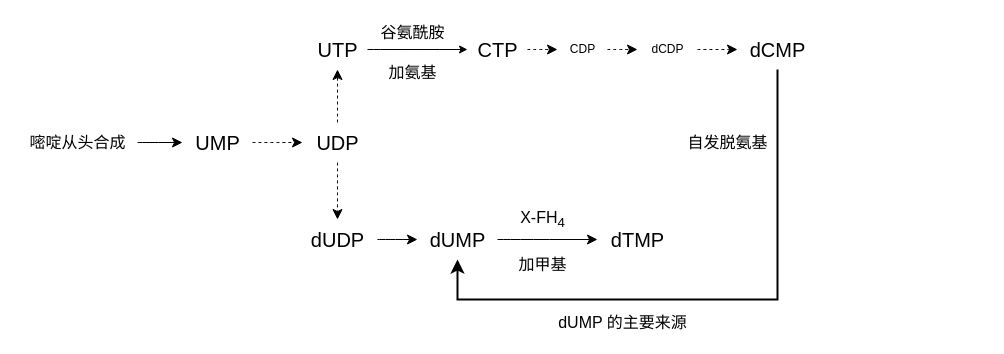
Above: content/series/生物化学与分子生物学/核苷酸代谢/嘧啶核苷酸代谢/嘧啶核苷酸转化.drawio in daisilia/daisilia.github.io (draw.io), before the change. Source tidied: cells renumbered, new cells numbered last; positions are measured from the earlier drawing's top-left corner, leaving out a move shared by most shapes. Both pictures are drawn from the tidied source at 100%, with x=0, y=0 at pixel (17, 17).
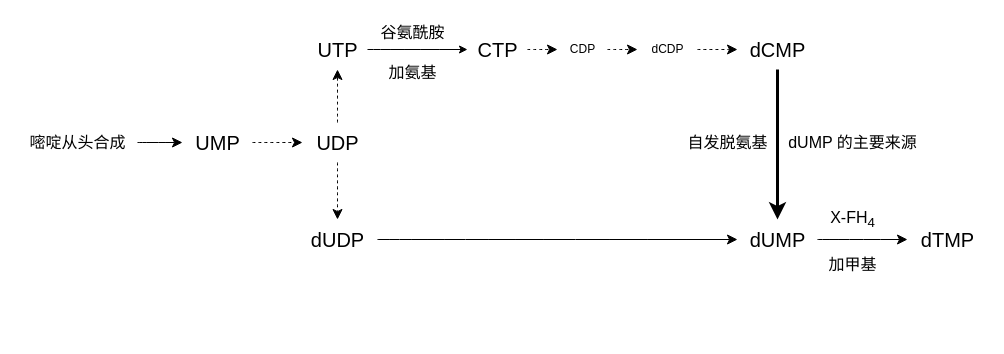
After the change.

The change refers to these unchanged cells:
```xml
<mxCell id="23" value="dCMP" style="text;html=1;align=center;verticalAlign=middle;points=[];strokeColor=none;fillColor=none;fontSize=20;" parent="1" vertex="1">
  <mxGeometry x="720" y="12" width="80" height="40" as="geometry" />
</mxCell>
```

Diff of the diagram source:
```diff
@@
     <mxCell id="14" value="dUMP" style="text;html=1;align=center;verticalAlign=middle;points=[];strokeColor=none;fillColor=none;fontSize=20;" parent="1" vertex="1">
-      <mxGeometry x="400" y="202" width="80" height="40" as="geometry" />
+      <mxGeometry x="720" y="202" width="80" height="40" as="geometry" />
     </mxCell>
     <mxCell id="15" value="dTMP" style="text;html=1;align=center;verticalAlign=middle;points=[];strokeColor=none;fillColor=none;fontSize=20;" parent="1" vertex="1">
-      <mxGeometry x="580" y="202" width="80" height="40" as="geometry" />
+      <mxGeometry x="890" y="202" width="80" height="40" as="geometry" />
     </mxCell>
@@
-    <mxCell id="22" style="edgeStyle=orthogonalEdgeStyle;rounded=0;jettySize=auto;html=1;fontSize=20;startSize=8;endSize=8;strokeWidth=2;" parent="1" edge="1" source="23" target="14">
-      <mxGeometry relative="1" as="geometry">
-        <Array as="points">
-          <mxPoint x="760" y="282" />
-          <mxPoint x="440" y="282" />
-        </Array>
-      </mxGeometry>
+    <mxCell id="22" style="edgeStyle=none;curved=1;rounded=0;jettySize=auto;html=1;fontSize=12;startSize=8;endSize=8;strokeWidth=3;" parent="1" edge="1" source="23" target="14">
+      <mxGeometry relative="1" as="geometry" />
     </mxCell>
@@
     <mxCell id="26" value="加甲基" style="text;html=1;align=center;verticalAlign=middle;strokeColor=none;fillColor=none;fontSize=16;" parent="1" vertex="1">
-      <mxGeometry x="490" y="232" width="70" height="30" as="geometry" />
+      <mxGeometry x="800" y="232" width="70" height="30" as="geometry" />
     </mxCell>
     <mxCell id="27" value="X-FH&lt;sub&gt;4&lt;/sub&gt;" style="text;html=1;align=center;verticalAlign=middle;strokeColor=none;fillColor=none;fontSize=16;" parent="1" vertex="1">
-      <mxGeometry x="490" y="182" width="70" height="40" as="geometry" />
+      <mxGeometry x="800" y="182" width="70" height="40" as="geometry" />
     </mxCell>
     <mxCell id="28" value="dUMP 的主要来源" style="text;html=1;align=center;verticalAlign=middle;strokeColor=none;fillColor=none;fontSize=16;" parent="1" vertex="1">
-      <mxGeometry x="530" y="290" width="150" height="30" as="geometry" />
+      <mxGeometry x="760" y="110" width="150" height="30" as="geometry" />
     </mxCell>
```
